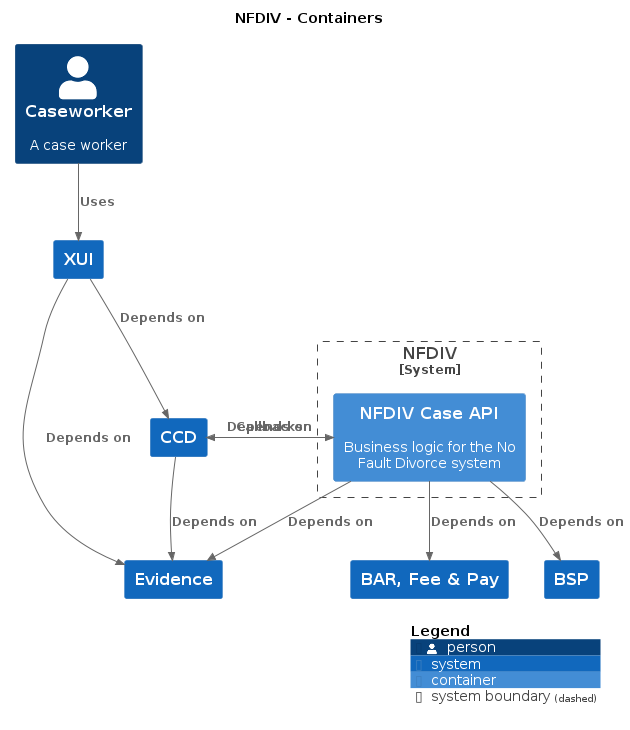
This is docs/c4/nfdiv/images/structurizr-nfdiv-caseworker.png from hmcts/cnp-api-docs, a PlantUML export, as it was before one commit.
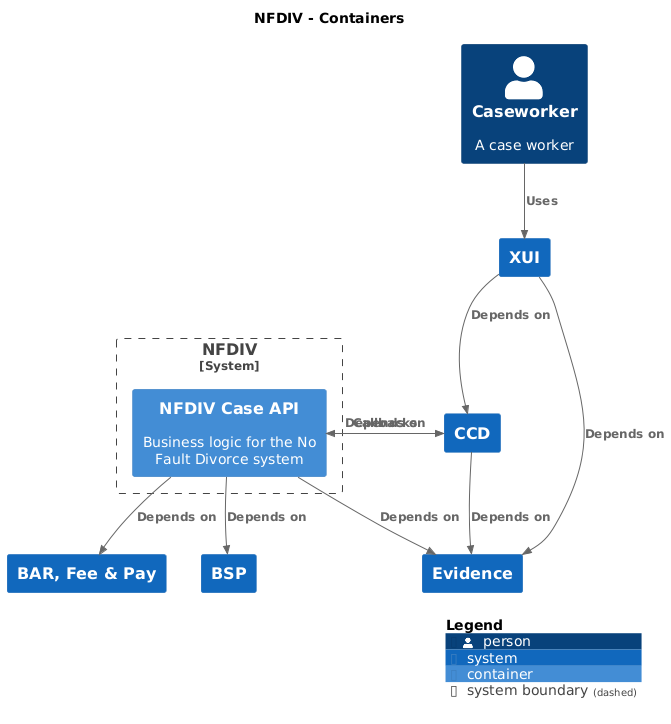
The same file after the commit.

The edit, as a diff of the source:
```diff
@@ -8,26 +8,26 @@
 !include <C4/C4_Context>
 !include <C4/C4_Container>
 
+System(BARFeePay, "BAR, Fee & Pay", $descr="", $tags="", $link="")
 System(CCD, "CCD", $descr="", $tags="", $link="")
+System(Evidence, "Evidence", $descr="", $tags="", $link="")
 System(BSP, "BSP", $descr="", $tags="", $link="")
-System(BARFeePay, "BAR, Fee & Pay", $descr="", $tags="", $link="")
-System(Evidence, "Evidence", $descr="", $tags="", $link="")
+System(XUI, "XUI", $descr="", $tags="", $link="")
 Person(Caseworker, "Caseworker", $descr="A case worker", $tags="", $link="")
-System(XUI, "XUI", $descr="", $tags="", $link="")
 
 System_Boundary("NFDIV_boundary", "NFDIV", $tags="") {
   Container(NFDIV.NFDIVCaseAPI, "NFDIV Case API", $techn="", $descr="Business logic for the No Fault Divorce system", $tags="", $link="")
 }
 
-Rel_D(CCD, Evidence, "Depends on", $techn="", $tags="", $link="")
-Rel_D(XUI, Evidence, "Depends on", $techn="", $tags="", $link="")
-Rel_D(XUI, CCD, "Depends on", $techn="", $tags="", $link="")
-Rel_D(NFDIV.NFDIVCaseAPI, CCD, "Depends on", $techn="", $tags="", $link="")
-Rel_D(NFDIV.NFDIVCaseAPI, BARFeePay, "Depends on", $techn="", $tags="", $link="")
-Rel_D(NFDIV.NFDIVCaseAPI, Evidence, "Depends on", $techn="", $tags="", $link="")
-Rel_D(NFDIV.NFDIVCaseAPI, BSP, "Depends on", $techn="", $tags="", $link="")
-Rel_D(Caseworker, XUI, "Uses", $techn="", $tags="", $link="")
-Rel_D(CCD, NFDIV.NFDIVCaseAPI, "Callbacks", $techn="", $tags="", $link="")
+Rel(CCD, Evidence, "Depends on", $techn="", $tags="", $link="")
+Rel(XUI, Evidence, "Depends on", $techn="", $tags="", $link="")
+Rel(XUI, CCD, "Depends on", $techn="", $tags="", $link="")
+Rel(NFDIV.NFDIVCaseAPI, CCD, "Depends on", $techn="", $tags="", $link="")
+Rel(NFDIV.NFDIVCaseAPI, BARFeePay, "Depends on", $techn="", $tags="", $link="")
+Rel(NFDIV.NFDIVCaseAPI, Evidence, "Depends on", $techn="", $tags="", $link="")
+Rel(NFDIV.NFDIVCaseAPI, BSP, "Depends on", $techn="", $tags="", $link="")
+Rel(Caseworker, XUI, "Uses", $techn="", $tags="", $link="")
+Rel(CCD, NFDIV.NFDIVCaseAPI, "Callbacks", $techn="", $tags="", $link="")
 
 SHOW_DYNAMIC_LEGEND()
 @enduml
```
